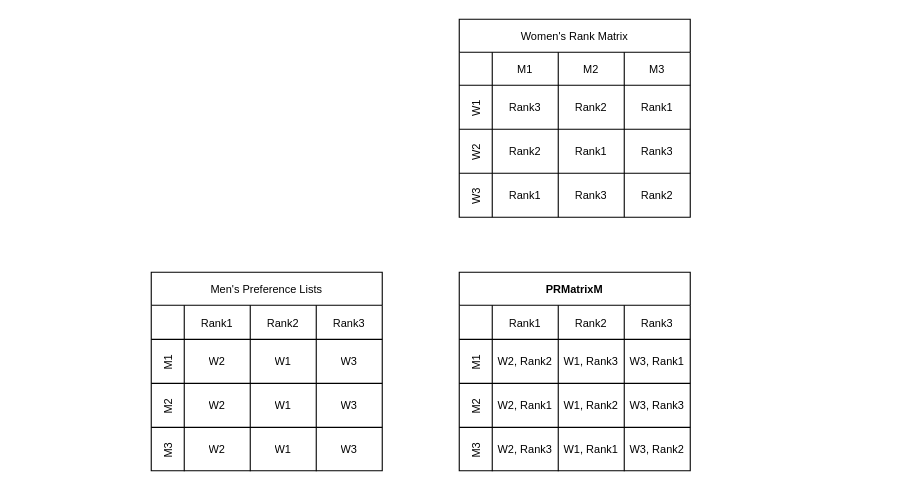
Before: PRMatrix.drawio in victorliu-sq/BambooSMP-Figures, a draw.io diagram. Source tidied: cells renumbered, new cells numbered last; positions are measured from the earlier drawing's top-left corner, leaving out a move shared by most shapes. Both pictures are drawn from the tidied source at 110%, with x=0, y=0 at pixel (151, 19).
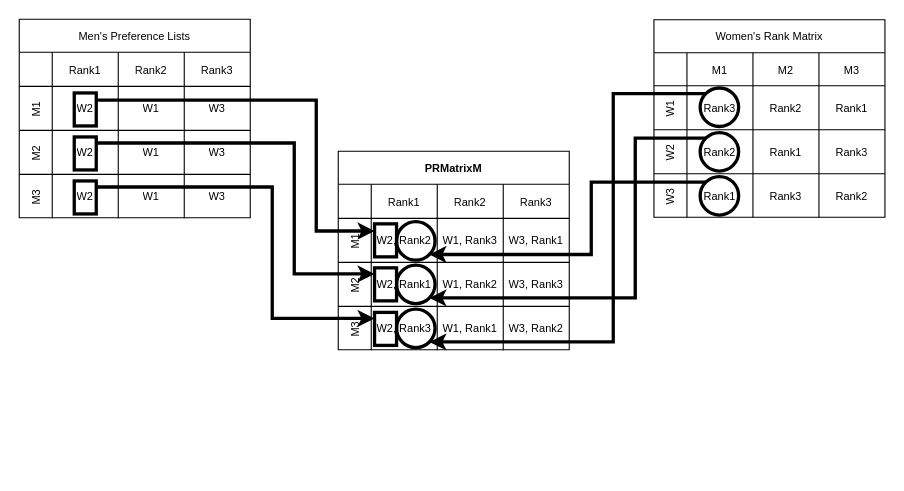
The same diagram, later.

Diff of the diagram source:
```diff
@@
     <mxCell id="2" value="Men's Preference Lists" style="shape=table;startSize=30;childLayout=tableLayout;resizeLastRow=0;fontStyle=0;fontSize=10;" parent="1" vertex="1">
-      <mxGeometry y="230" width="210" height="180.5" as="geometry" />
+      <mxGeometry x="-120" width="210" height="180.5" as="geometry" />
     </mxCell>
@@
     <mxCell id="19" value="Women's Rank Matrix" style="shape=table;startSize=30;childLayout=tableLayout;resizeLastRow=0;fontStyle=0;fontSize=10;" parent="1" vertex="1">
-      <mxGeometry x="280" width="210" height="180" as="geometry" />
+      <mxGeometry x="457" y="0.5" width="210" height="179.5" as="geometry" />
     </mxCell>
@@
     <mxCell id="36" value="PRMatrixM" style="shape=table;startSize=30;childLayout=tableLayout;resizeLastRow=0;fontStyle=1;fontSize=10;" parent="1" vertex="1">
-      <mxGeometry x="280" y="230" width="210" height="180.5" as="geometry" />
+      <mxGeometry x="170" y="120" width="210" height="180.5" as="geometry" />
     </mxCell>
@@
+    <mxCell id="53" style="edgeStyle=elbowEdgeStyle;rounded=0;orthogonalLoop=1;jettySize=auto;html=1;exitX=1;exitY=0.25;exitDx=0;exitDy=0;entryX=0;entryY=0.25;entryDx=0;entryDy=0;strokeWidth=3;" parent="1" edge="1">
+      <mxGeometry relative="1" as="geometry">
+        <mxPoint x="-50" y="73.5" as="sourcePoint" />
+        <mxPoint x="203" y="192.5" as="targetPoint" />
+        <Array as="points">
+          <mxPoint x="150" y="139" />
+        </Array>
+      </mxGeometry>
+    </mxCell>
+    <mxCell id="54" style="whiteSpace=wrap;html=1;fillColor=none;strokeWidth=3;strokeColor=#000000;" parent="1" vertex="1">
+      <mxGeometry x="-70" y="67" width="20" height="30" as="geometry" />
+    </mxCell>
+    <mxCell id="55" style="edgeStyle=elbowEdgeStyle;rounded=0;orthogonalLoop=1;jettySize=auto;html=1;exitX=1;exitY=0.25;exitDx=0;exitDy=0;entryX=0;entryY=0.25;entryDx=0;entryDy=0;strokeWidth=3;" parent="1" edge="1">
+      <mxGeometry relative="1" as="geometry">
+        <mxPoint x="-50" y="112.5" as="sourcePoint" />
+        <mxPoint x="203" y="231.5" as="targetPoint" />
+        <Array as="points">
+          <mxPoint x="130" y="178" />
+        </Array>
+      </mxGeometry>
+    </mxCell>
+    <mxCell id="56" style="whiteSpace=wrap;html=1;fillColor=none;strokeWidth=3;strokeColor=#000000;" parent="1" vertex="1">
+      <mxGeometry x="-70" y="107" width="20" height="30" as="geometry" />
+    </mxCell>
+    <mxCell id="57" style="edgeStyle=orthogonalEdgeStyle;rounded=0;orthogonalLoop=1;jettySize=auto;html=1;exitX=1;exitY=0.25;exitDx=0;exitDy=0;entryX=0;entryY=0.25;entryDx=0;entryDy=0;strokeWidth=3;" parent="1" edge="1">
+      <mxGeometry relative="1" as="geometry">
+        <mxPoint x="-50" y="152.5" as="sourcePoint" />
+        <mxPoint x="203" y="272" as="targetPoint" />
+        <Array as="points">
+          <mxPoint x="110" y="153" />
+          <mxPoint x="110" y="272" />
+        </Array>
+      </mxGeometry>
+    </mxCell>
+    <mxCell id="58" style="whiteSpace=wrap;html=1;fillColor=none;strokeWidth=3;strokeColor=#000000;" parent="1" vertex="1">
+      <mxGeometry x="-70" y="147" width="20" height="30" as="geometry" />
+    </mxCell>
+    <mxCell id="59" style="edgeStyle=elbowEdgeStyle;rounded=0;jettySize=auto;html=1;exitX=0;exitY=0;exitDx=0;exitDy=0;entryX=1;entryY=1;entryDx=0;entryDy=0;strokeWidth=3;" parent="1" edge="1" source="60" target="69">
+      <mxGeometry relative="1" as="geometry">
+        <Array as="points">
+          <mxPoint x="420" y="200" />
+        </Array>
+      </mxGeometry>
+    </mxCell>
+    <mxCell id="60" style="ellipse;whiteSpace=wrap;html=1;fillColor=none;strokeWidth=3;" parent="1" vertex="1">
+      <mxGeometry x="499" y="62.5" width="35" height="35" as="geometry" />
+    </mxCell>
+    <mxCell id="61" style="edgeStyle=elbowEdgeStyle;rounded=0;jettySize=auto;html=1;exitX=0;exitY=0;exitDx=0;exitDy=0;entryX=1;entryY=1;entryDx=0;entryDy=0;strokeWidth=3;" parent="1" edge="1" source="62" target="68">
+      <mxGeometry relative="1" as="geometry">
+        <Array as="points">
+          <mxPoint x="440" y="190" />
+        </Array>
+      </mxGeometry>
+    </mxCell>
+    <mxCell id="62" style="ellipse;whiteSpace=wrap;html=1;fillColor=none;strokeWidth=3;" parent="1" vertex="1">
+      <mxGeometry x="499" y="103" width="35" height="35" as="geometry" />
+    </mxCell>
+    <mxCell id="63" style="edgeStyle=elbowEdgeStyle;rounded=0;jettySize=auto;html=1;exitX=0;exitY=0;exitDx=0;exitDy=0;entryX=1;entryY=1;entryDx=0;entryDy=0;strokeWidth=3;" parent="1" edge="1" source="64" target="67">
+      <mxGeometry relative="1" as="geometry">
+        <Array as="points">
+          <mxPoint x="400" y="200" />
+        </Array>
+      </mxGeometry>
+    </mxCell>
+    <mxCell id="64" style="ellipse;whiteSpace=wrap;html=1;fillColor=none;strokeWidth=3;" parent="1" vertex="1">
+      <mxGeometry x="499" y="143" width="35" height="35" as="geometry" />
+    </mxCell>
+    <mxCell id="65" style="whiteSpace=wrap;html=1;fillColor=none;strokeWidth=3;strokeColor=#000000;" parent="1" vertex="1">
+      <mxGeometry x="203" y="186" width="20" height="30" as="geometry" />
+    </mxCell>
+    <mxCell id="66" style="whiteSpace=wrap;html=1;fillColor=none;strokeWidth=3;strokeColor=#000000;" parent="1" vertex="1">
+      <mxGeometry x="203" y="226" width="20" height="30" as="geometry" />
+    </mxCell>
+    <mxCell id="67" style="ellipse;whiteSpace=wrap;html=1;fillColor=none;strokeWidth=3;" parent="1" vertex="1">
+      <mxGeometry x="223" y="184" width="35" height="35" as="geometry" />
+    </mxCell>
+    <mxCell id="68" style="ellipse;whiteSpace=wrap;html=1;fillColor=none;strokeWidth=3;" parent="1" vertex="1">
+      <mxGeometry x="223" y="223.5" width="35" height="35" as="geometry" />
+    </mxCell>
+    <mxCell id="69" style="ellipse;whiteSpace=wrap;html=1;fillColor=none;strokeWidth=3;" parent="1" vertex="1">
+      <mxGeometry x="223" y="263.5" width="35" height="35" as="geometry" />
+    </mxCell>
+    <mxCell id="70" style="whiteSpace=wrap;html=1;fillColor=none;strokeWidth=3;strokeColor=#000000;" parent="1" vertex="1">
+      <mxGeometry x="203" y="266.5" width="20" height="30" as="geometry" />
+    </mxCell>
```
